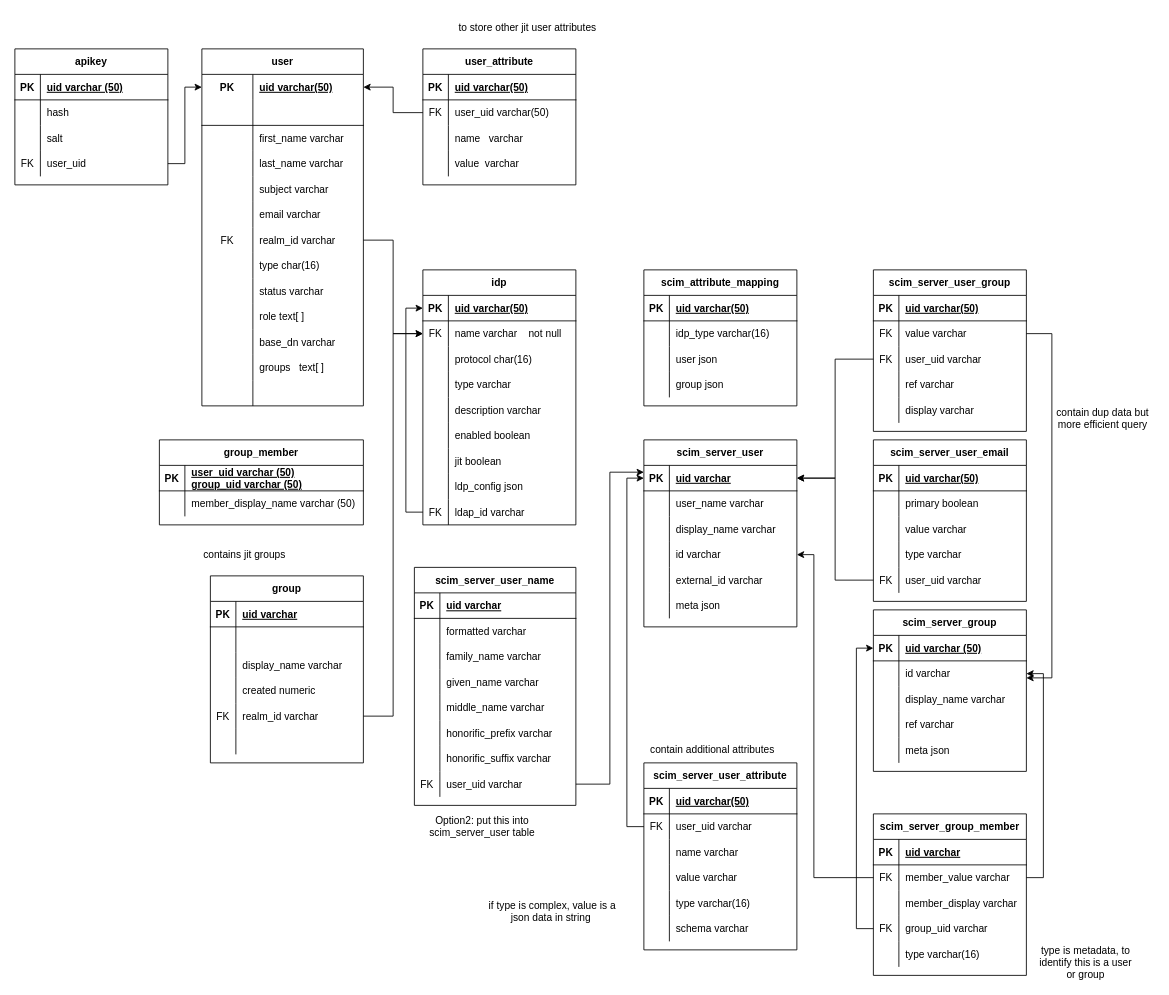
Before: IMDBSchemaDiagram.drawio in yannizhang2019/dbmigration, a draw.io diagram. Source tidied: cells renumbered, new cells numbered last; positions are measured from the earlier drawing's top-left corner, leaving out a move shared by most shapes. Both pictures are drawn from the tidied source at 85%, with x=0, y=0 at pixel (14, 14).
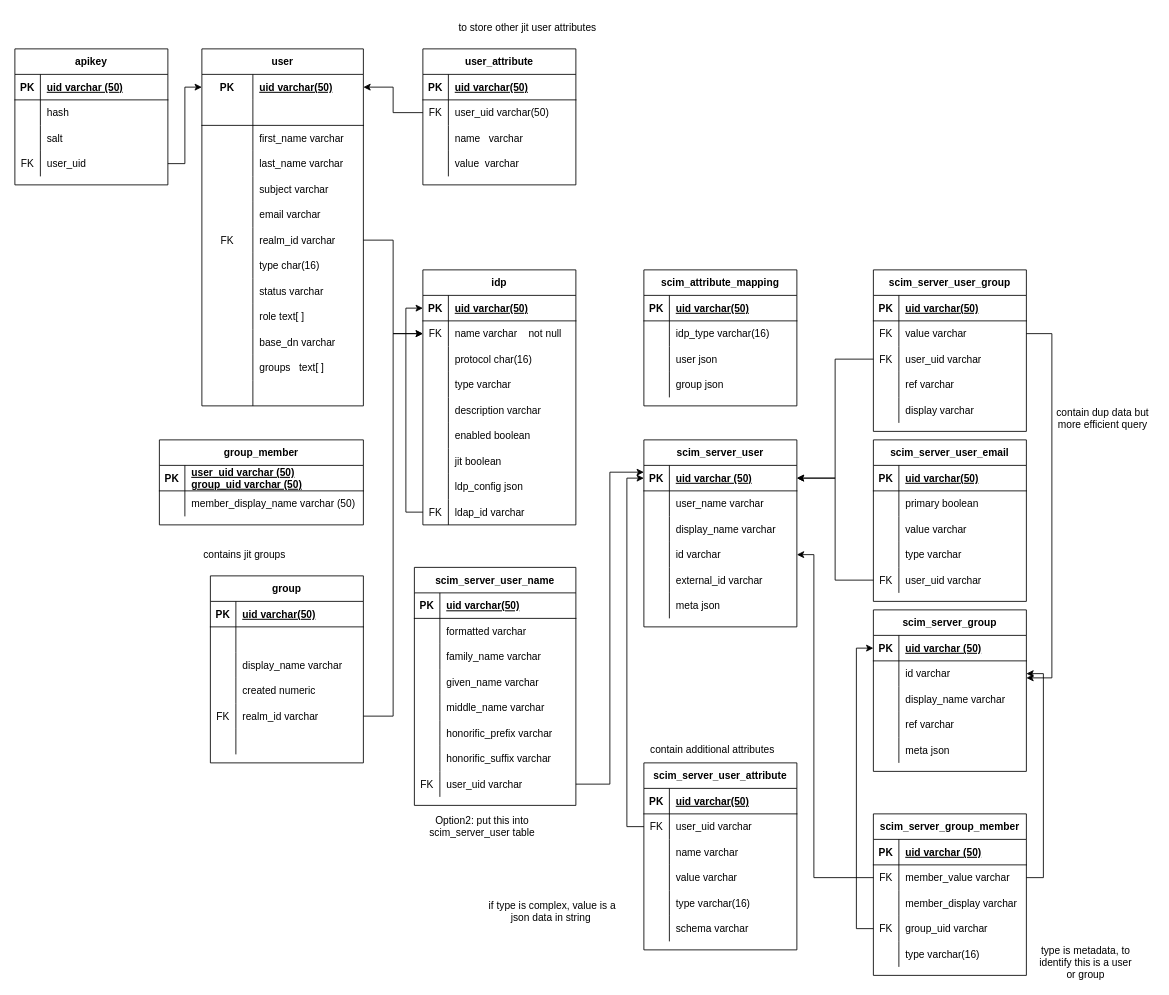
Above is the later version.

The change refers to these unchanged cells:
```xml
<mxCell id="100" style="shape=tableRow;horizontal=0;startSize=0;swimlaneHead=0;swimlaneBody=0;fillColor=none;top=0;left=0;right=0;bottom=1;" parent="99" vertex="1">
  <mxGeometry y="30" width="180" height="30" as="geometry" />
</mxCell>
<mxCell id="128" style="shape=tableRow;horizontal=0;startSize=0;swimlaneHead=0;swimlaneBody=0;fillColor=none;points=[[0,0.5],[1,0.5]];portConstraint=eastwest;top=0;left=0;right=0;bottom=1;" parent="127" vertex="1">
  <mxGeometry y="30" width="180" height="30" as="geometry" />
</mxCell>
<mxCell id="216" style="shape=tableRow;horizontal=0;startSize=0;swimlaneHead=0;swimlaneBody=0;fillColor=none;top=0;left=0;right=0;bottom=1;" parent="215" vertex="1">
  <mxGeometry y="30" width="180" height="30" as="geometry" />
</mxCell>
<mxCell id="232" style="shape=tableRow;horizontal=0;startSize=0;swimlaneHead=0;swimlaneBody=0;fillColor=none;top=0;left=0;right=0;bottom=1;" parent="231" vertex="1">
  <mxGeometry y="30" width="190" height="30" as="geometry" />
</mxCell>
```

Change to the diagram source:
```diff
@@
-    <mxCell id="102" value="uid varchar" style="shape=partialRectangle;fillColor=none;top=0;left=0;bottom=0;right=0;align=left;spacingLeft=6;fontStyle=5;overflow=hidden;" parent="100" vertex="1">
+    <mxCell id="102" value="uid varchar(50)" style="shape=partialRectangle;fillColor=none;top=0;left=0;bottom=0;right=0;align=left;spacingLeft=6;fontStyle=5;overflow=hidden;" parent="100" vertex="1">
       <mxGeometry x="30" width="150" height="30" as="geometry" />
     </mxCell>
@@
-    <mxCell id="130" value="uid varchar" style="shape=partialRectangle;fillColor=none;top=0;left=0;bottom=0;right=0;align=left;spacingLeft=6;fontStyle=5;overflow=hidden;" parent="128" vertex="1">
+    <mxCell id="130" value="uid varchar (50)" style="shape=partialRectangle;fillColor=none;top=0;left=0;bottom=0;right=0;align=left;spacingLeft=6;fontStyle=5;overflow=hidden;" parent="128" vertex="1">
       <mxGeometry x="30" width="150" height="30" as="geometry" />
     </mxCell>
@@
-    <mxCell id="218" value="uid varchar" style="shape=partialRectangle;fillColor=none;top=0;left=0;bottom=0;right=0;align=left;spacingLeft=6;fontStyle=5;overflow=hidden;" parent="216" vertex="1">
+    <mxCell id="218" value="uid varchar (50)" style="shape=partialRectangle;fillColor=none;top=0;left=0;bottom=0;right=0;align=left;spacingLeft=6;fontStyle=5;overflow=hidden;" parent="216" vertex="1">
       <mxGeometry x="30" width="150" height="30" as="geometry" />
     </mxCell>
@@
-    <mxCell id="234" value="uid varchar" style="shape=partialRectangle;fillColor=none;top=0;left=0;bottom=0;right=0;align=left;spacingLeft=6;fontStyle=5;overflow=hidden;" parent="232" vertex="1">
+    <mxCell id="234" value="uid varchar(50)" style="shape=partialRectangle;fillColor=none;top=0;left=0;bottom=0;right=0;align=left;spacingLeft=6;fontStyle=5;overflow=hidden;" parent="232" vertex="1">
       <mxGeometry x="30" width="160" height="30" as="geometry" />
     </mxCell>
```
